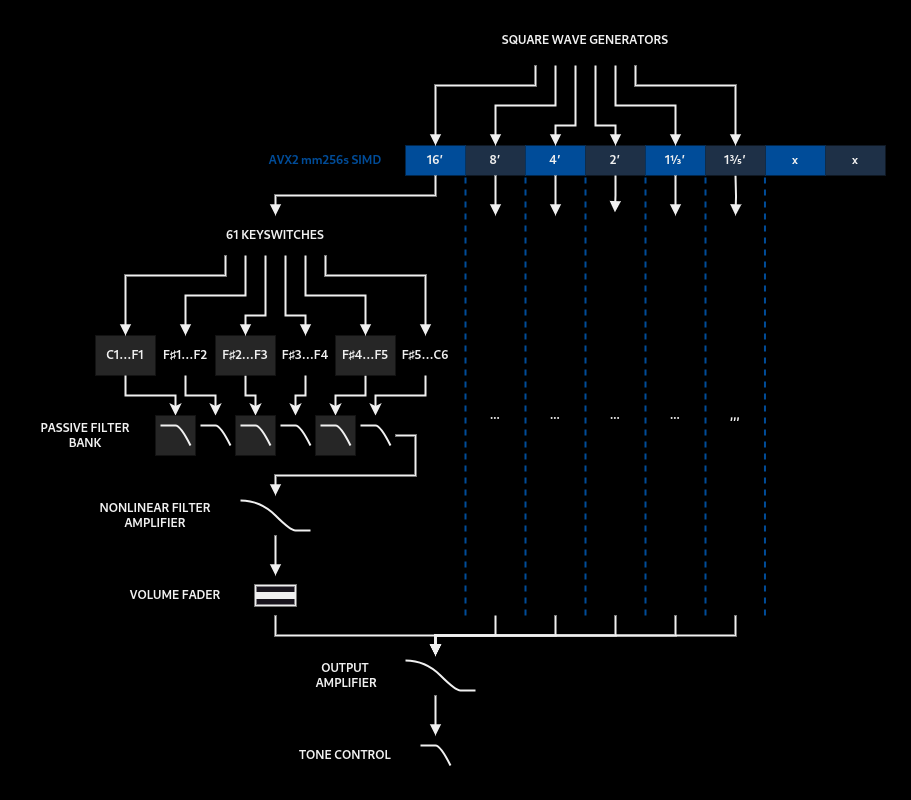
Before: media/signalflow.drawio.png, a diagram exported from draw.io (ath-r/forma). Source tidied: cells renumbered, new cells last; positions are measured from the earlier drawing's top-left corner, leaving out a move shared by most shapes.
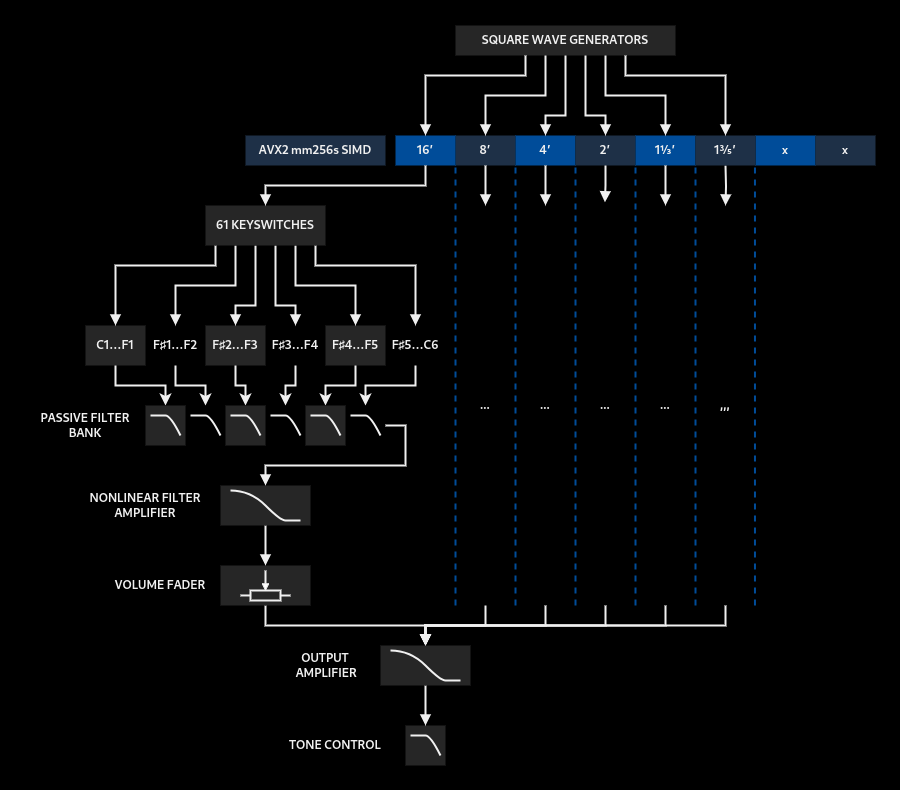
After the commit.

The edit, as a diff of the source:
```diff
@@ -101,11 +101,11 @@
         </Array>
       </mxGeometry>
     </mxCell>
-    <mxCell id="25" value="61 KEYSWITCHES" style="rounded=0;whiteSpace=wrap;html=1;fontFamily=Cantarell;strokeWidth=2;fontStyle=1;fillColor=none;strokeColor=none;" parent="1" vertex="1">
+    <mxCell id="25" value="61 KEYSWITCHES" style="rounded=0;whiteSpace=wrap;html=1;fontFamily=Cantarell;strokeWidth=2;fontStyle=1;fillColor=#262626;strokeColor=none;" parent="1" vertex="1">
       <mxGeometry x="190" y="190" width="120" height="40" as="geometry" />
     </mxCell>
     <mxCell id="26" value="PASSIVE FILTER BANK" style="rounded=0;whiteSpace=wrap;html=1;fontFamily=Cantarell;strokeWidth=2;fontStyle=1;fillColor=none;strokeColor=none;" parent="1" vertex="1">
-      <mxGeometry y="390" width="120" height="40" as="geometry" />
+      <mxGeometry x="10" y="390" width="120" height="40" as="geometry" />
     </mxCell>
     <mxCell id="27" style="rounded=0;whiteSpace=wrap;html=1;fontFamily=Cantarell;strokeWidth=2;fontStyle=1;fillColor=none;strokeColor=none;" parent="1" vertex="1">
       <mxGeometry x="170" y="390" width="40" height="40" as="geometry" />
@@ -140,7 +140,7 @@
     <mxCell id="35" style="edgeStyle=orthogonalEdgeStyle;rounded=0;jettySize=auto;html=1;entryX=0.5;entryY=0;entryDx=0;entryDy=0;fontFamily=Cantarell;strokeWidth=2;fontStyle=1;endArrow=block;endFill=1;fillColor=none;" parent="1" edge="1" source="36" target="51">
       <mxGeometry relative="1" as="geometry" />
     </mxCell>
-    <mxCell id="36" style="rounded=0;whiteSpace=wrap;html=1;fontFamily=Cantarell;strokeWidth=2;fontStyle=1;fillColor=none;strokeColor=none;" parent="1" vertex="1">
+    <mxCell id="36" style="rounded=0;whiteSpace=wrap;html=1;fontFamily=Cantarell;strokeWidth=2;fontStyle=1;fillColor=#262626;strokeColor=none;" parent="1" vertex="1">
       <mxGeometry x="205" y="470" width="90" height="40" as="geometry" />
     </mxCell>
     <mxCell id="37" style="edgeStyle=orthogonalEdgeStyle;rounded=0;jettySize=auto;html=1;fontFamily=Cantarell;strokeWidth=2;fontStyle=1;endArrow=block;endFill=1;fillColor=none;" parent="1" edge="1" source="38" target="53">
@@ -198,14 +198,14 @@
     <mxCell id="46" value=",,," style="rounded=0;whiteSpace=wrap;html=1;fontFamily=Cantarell;strokeWidth=2;fontStyle=1;fillColor=none;strokeColor=none;" parent="1" vertex="1">
       <mxGeometry x="690" y="190" width="40" height="400" as="geometry" />
     </mxCell>
-    <mxCell id="47" value="SQUARE WAVE GENERATORS" style="rounded=0;whiteSpace=wrap;html=1;fontFamily=Cantarell;strokeWidth=2;fontStyle=1;fillColor=none;strokeColor=none;" parent="1" vertex="1">
-      <mxGeometry x="450" width="220" height="30" as="geometry" />
+    <mxCell id="47" value="SQUARE WAVE GENERATORS" style="rounded=0;whiteSpace=wrap;html=1;fontFamily=Cantarell;strokeWidth=2;fontStyle=1;fillColor=#262626;strokeColor=none;" parent="1" vertex="1">
+      <mxGeometry x="440" y="10" width="220" height="30" as="geometry" />
     </mxCell>
     <mxCell id="48" value="VOLUME FADER" style="rounded=0;whiteSpace=wrap;html=1;fontFamily=Cantarell;strokeWidth=2;fontStyle=1;fillColor=none;strokeColor=none;" parent="1" vertex="1">
-      <mxGeometry x="90" y="550" width="120" height="40" as="geometry" />
+      <mxGeometry x="85" y="550" width="120" height="40" as="geometry" />
     </mxCell>
     <mxCell id="49" value="OUTPUT&lt;div&gt;&amp;nbsp;AMPLIFIER&lt;/div&gt;" style="rounded=0;whiteSpace=wrap;html=1;fontFamily=Cantarell;strokeWidth=2;fontStyle=1;fillColor=none;strokeColor=none;" parent="1" vertex="1">
-      <mxGeometry x="260" y="630" width="120" height="40" as="geometry" />
+      <mxGeometry x="250" y="630" width="120" height="40" as="geometry" />
     </mxCell>
     <mxCell id="50" style="edgeStyle=orthogonalEdgeStyle;rounded=0;jettySize=auto;html=1;entryX=0.5;entryY=0;entryDx=0;entryDy=0;fontFamily=Cantarell;strokeWidth=2;fontStyle=1;endArrow=block;endFill=1;fillColor=none;" parent="1" edge="1" source="51" target="53">
       <mxGeometry relative="1" as="geometry">
@@ -215,19 +215,19 @@
         </Array>
       </mxGeometry>
     </mxCell>
-    <mxCell id="51" style="rounded=0;whiteSpace=wrap;html=1;fontFamily=Cantarell;strokeWidth=2;fontStyle=1;fillColor=none;strokeColor=none;" parent="1" vertex="1">
+    <mxCell id="51" style="rounded=0;whiteSpace=wrap;html=1;fontFamily=Cantarell;strokeWidth=2;fontStyle=1;fillColor=#262626;strokeColor=none;" parent="1" vertex="1">
       <mxGeometry x="205" y="550" width="90" height="40" as="geometry" />
     </mxCell>
     <mxCell id="52" style="edgeStyle=orthogonalEdgeStyle;rounded=0;jettySize=auto;html=1;entryX=0.5;entryY=0;entryDx=0;entryDy=0;fontFamily=Cantarell;strokeWidth=2;fontStyle=1;endArrow=block;endFill=1;fillColor=none;" parent="1" edge="1" source="53" target="55">
       <mxGeometry relative="1" as="geometry" />
     </mxCell>
-    <mxCell id="53" style="rounded=0;whiteSpace=wrap;html=1;fontFamily=Cantarell;strokeWidth=2;fontStyle=1;fillColor=none;strokeColor=none;" parent="1" vertex="1">
-      <mxGeometry x="350" y="630" width="120" height="40" as="geometry" />
+    <mxCell id="53" style="rounded=0;whiteSpace=wrap;html=1;fontFamily=Cantarell;strokeWidth=2;fontStyle=1;fillColor=#262626;strokeColor=none;" parent="1" vertex="1">
+      <mxGeometry x="365" y="630" width="90" height="40" as="geometry" />
     </mxCell>
     <mxCell id="54" value="TONE CONTROL" style="rounded=0;whiteSpace=wrap;html=1;fontFamily=Cantarell;strokeWidth=2;fontStyle=1;fillColor=none;strokeColor=none;" parent="1" vertex="1">
       <mxGeometry x="260" y="710" width="120" height="40" as="geometry" />
     </mxCell>
-    <mxCell id="55" style="rounded=0;whiteSpace=wrap;html=1;fontFamily=Cantarell;strokeWidth=2;fontStyle=1;fillColor=none;strokeColor=none;" parent="1" vertex="1">
+    <mxCell id="55" style="rounded=0;whiteSpace=wrap;html=1;fontFamily=Cantarell;strokeWidth=2;fontStyle=1;fillColor=#262626;strokeColor=none;" parent="1" vertex="1">
       <mxGeometry x="390" y="710" width="40" height="40" as="geometry" />
     </mxCell>
     <mxCell id="56" style="edgeStyle=orthogonalEdgeStyle;rounded=0;jettySize=auto;html=1;entryX=0.5;entryY=0;entryDx=0;entryDy=0;fontFamily=Cantarell;strokeWidth=2;fontStyle=1;endArrow=block;endFill=1;fillColor=none;" parent="1" edge="1" source="2" target="38">
@@ -255,7 +255,7 @@
     <mxCell id="61" style="edgeStyle=orthogonalEdgeStyle;rounded=0;jettySize=auto;html=1;entryX=0.486;entryY=-0.008;entryDx=0;entryDy=0;entryPerimeter=0;fontFamily=Cantarell;strokeWidth=2;fontStyle=1;endArrow=block;endFill=1;fillColor=none;" parent="1" edge="1" source="4" target="42">
       <mxGeometry relative="1" as="geometry" />
     </mxCell>
-    <mxCell id="62" value="&lt;font color=&quot;#004c99&quot;&gt;AVX2 mm256s SIMD&lt;/font&gt;" style="rounded=0;whiteSpace=wrap;html=1;fontFamily=Cantarell;labelBackgroundColor=none;strokeWidth=4;fontStyle=1;fillColor=none;strokeColor=none;" parent="1" vertex="1">
+    <mxCell id="62" value="&lt;font&gt;AVX2 mm256s SIMD&lt;/font&gt;" style="rounded=0;whiteSpace=wrap;html=1;fontFamily=Cantarell;labelBackgroundColor=none;strokeWidth=4;fontStyle=1;fillColor=#1E3047;strokeColor=none;fontColor=default;" parent="1" vertex="1">
       <mxGeometry x="230" y="120" width="140" height="30" as="geometry" />
     </mxCell>
     <mxCell id="63" value="x" style="rounded=0;whiteSpace=wrap;html=1;fontFamily=Cantarell;strokeWidth=4;fontStyle=1;fillColor=#004C99;strokeColor=none;" parent="1" vertex="1">
@@ -375,12 +375,12 @@
     </mxCell>
     <mxCell id="79" style="curved=1;endArrow=none;html=1;rounded=0;fontSize=12;startSize=8;endSize=8;endFill=0;strokeWidth=2;" parent="1" edge="1">
       <mxGeometry relative="1" as="geometry">
-        <mxPoint x="380" y="635" as="sourcePoint" />
-        <mxPoint x="450" y="665" as="targetPoint" />
+        <mxPoint x="375" y="635" as="sourcePoint" />
+        <mxPoint x="445" y="665" as="targetPoint" />
         <Array as="points">
-          <mxPoint x="400" y="635" />
-          <mxPoint x="430" y="665" />
-          <mxPoint x="440" y="665" />
+          <mxPoint x="395" y="635" />
+          <mxPoint x="425" y="665" />
+          <mxPoint x="435" y="665" />
         </Array>
       </mxGeometry>
     </mxCell>
@@ -394,12 +394,6 @@
         </Array>
       </mxGeometry>
     </mxCell>
-    <mxCell id="81" style="rounded=0;whiteSpace=wrap;html=1;strokeWidth=2;" parent="1" vertex="1">
-      <mxGeometry x="230" y="560" width="40" height="20" as="geometry" />
-    </mxCell>
-    <mxCell id="82" style="endArrow=none;html=1;rounded=0;fontSize=12;startSize=8;endSize=4;curved=1;exitX=0;exitY=0.5;exitDx=0;exitDy=0;entryX=1;entryY=0.5;entryDx=0;entryDy=0;strokeWidth=7;" parent="1" edge="1" source="81" target="81">
-      <mxGeometry relative="1" as="geometry" />
-    </mxCell>
     <mxCell id="83" style="edgeStyle=orthogonalEdgeStyle;rounded=0;orthogonalLoop=1;jettySize=auto;html=1;entryX=0.5;entryY=0;entryDx=0;entryDy=0;fontFamily=Cantarell;strokeWidth=2;fontStyle=1;endArrow=block;endFill=1;fillColor=none;" parent="1" edge="1">
       <mxGeometry relative="1" as="geometry">
         <mxPoint x="510" y="40" as="sourcePoint" />
@@ -460,5 +454,35 @@
         </Array>
       </mxGeometry>
     </mxCell>
+    <mxCell id="89" style="group;" parent="1" vertex="1">
+      <mxGeometry x="225" y="555" width="50" height="30" as="geometry" />
+    </mxCell>
+    <mxCell id="90" style="rounded=0;whiteSpace=wrap;html=1;fillColor=none;strokeWidth=2;glass=0;shadow=0;" parent="89" vertex="1">
+      <mxGeometry x="10" y="20" width="30" height="10" as="geometry" />
+    </mxCell>
+    <mxCell id="91" style="endArrow=none;html=1;rounded=0;fontSize=12;startSize=8;endSize=8;curved=1;exitX=1;exitY=0.5;exitDx=0;exitDy=0;strokeWidth=2;" parent="89" edge="1" source="90">
+      <mxGeometry relative="1" as="geometry">
+        <mxPoint x="50" y="25" as="targetPoint" />
+      </mxGeometry>
+    </mxCell>
+    <mxCell id="92" style="endArrow=none;html=1;rounded=0;fontSize=12;startSize=8;endSize=8;curved=1;exitX=1;exitY=0.5;exitDx=0;exitDy=0;strokeWidth=2;" parent="89" edge="1">
+      <mxGeometry relative="1" as="geometry">
+        <mxPoint y="25" as="sourcePoint" />
+        <mxPoint x="10" y="25" as="targetPoint" />
+      </mxGeometry>
+    </mxCell>
+    <mxCell id="93" style="endArrow=none;html=1;rounded=0;fontSize=12;startSize=8;endSize=8;curved=1;strokeWidth=2;" parent="89" edge="1" source="95">
+      <mxGeometry relative="1" as="geometry">
+        <mxPoint x="25" as="targetPoint" />
+      </mxGeometry>
+    </mxCell>
+    <mxCell id="94" style="endArrow=none;html=1;rounded=0;fontSize=12;startSize=8;endSize=8;curved=1;strokeWidth=2;" parent="89" edge="1" target="95">
+      <mxGeometry relative="1" as="geometry">
+        <mxPoint x="25" y="20" as="sourcePoint" />
+      </mxGeometry>
+    </mxCell>
+    <mxCell id="95" style="triangle;whiteSpace=wrap;html=1;rotation=90;fillColor=#FFFFFF;" parent="89" vertex="1">
+      <mxGeometry x="21.8" y="13.2" width="6.5" height="6.5" as="geometry" />
+    </mxCell>
   </root>
 </mxGraphModel>
```
